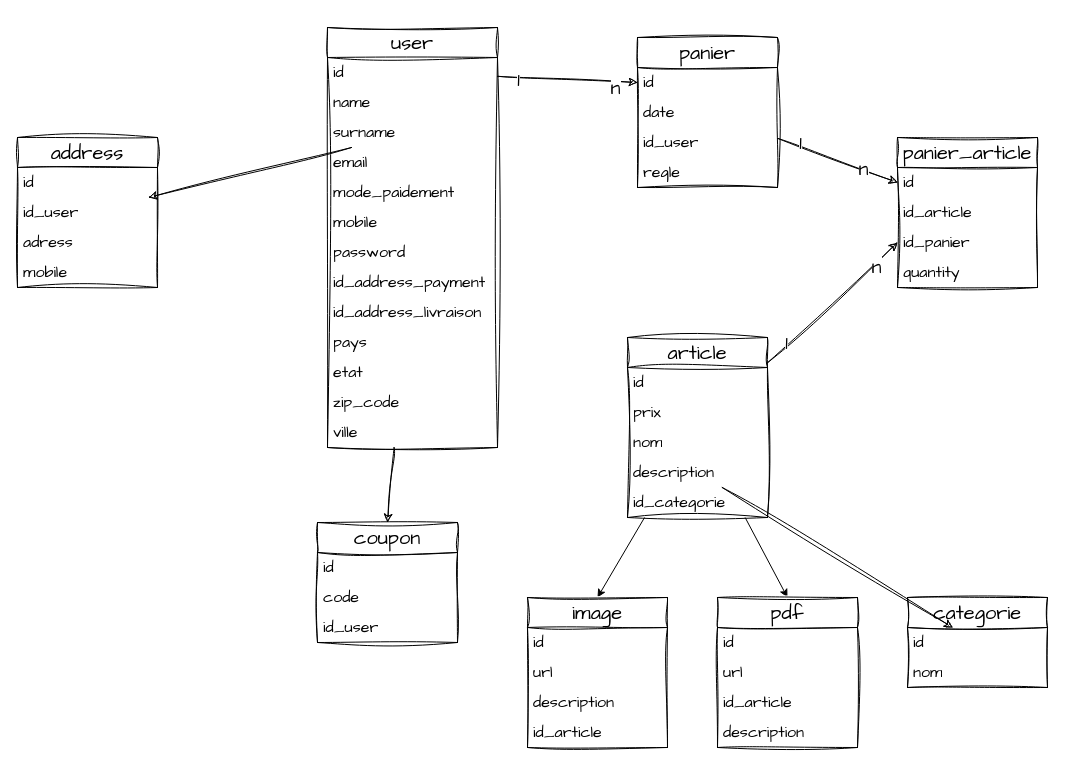
zoobo-jose/B-construction keeps this draw.io diagram as _process/_dataBase.drawio. Above is the earlier version. Source tidied: cells renumbered, new cells numbered last; positions are measured from the earlier drawing's top-left corner, leaving out a move shared by most shapes. Both pictures are drawn from the tidied source at 100%, with x=0, y=0 at pixel (17, 27).
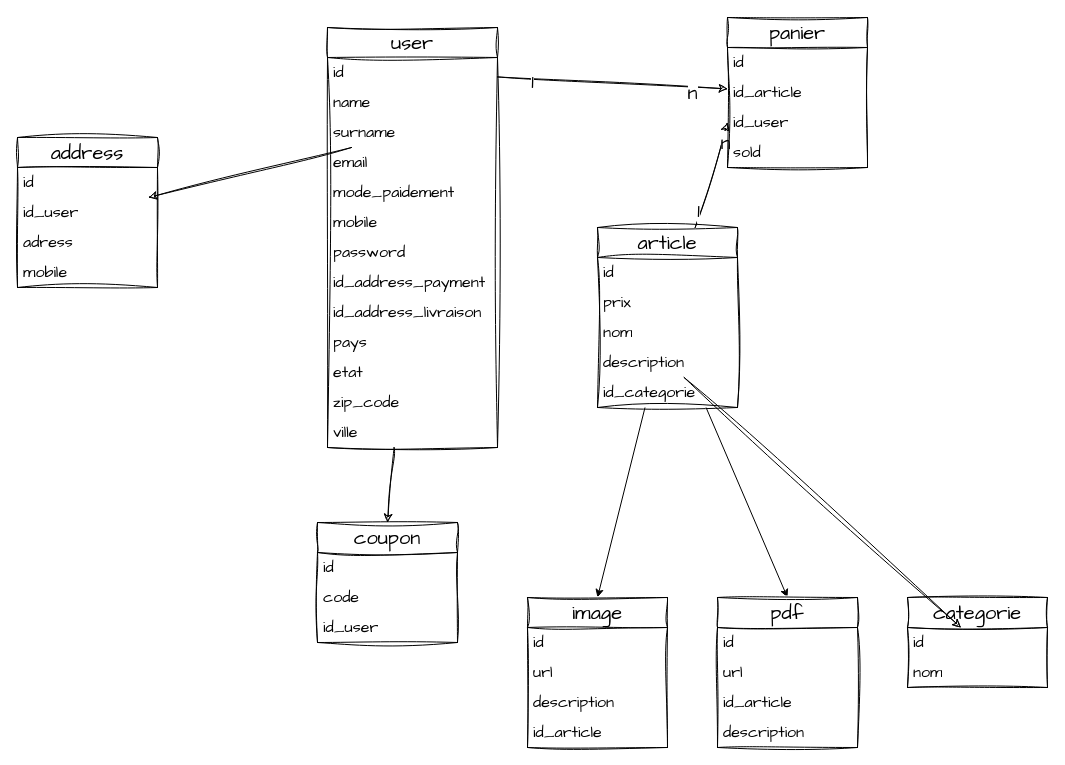
Above is the later version.

The change refers to these unchanged cells:
```xml
<mxCell id="4" value="id" style="text;strokeColor=none;fillColor=none;align=left;verticalAlign=middle;spacingLeft=4;spacingRight=4;overflow=hidden;points=[[0,0.5],[1,0.5]];portConstraint=eastwest;whiteSpace=wrap;html=1;fontSize=16;sketch=1;hachureGap=4;jiggle=2;curveFitting=1;fontFamily=Architects Daughter;" parent="3" vertex="1">
  <mxGeometry y="30" width="170" height="30" as="geometry" />
</mxCell>
<mxCell id="41" value="id" style="text;strokeColor=none;fillColor=none;align=left;verticalAlign=middle;spacingLeft=4;spacingRight=4;overflow=hidden;points=[[0,0.5],[1,0.5]];portConstraint=eastwest;whiteSpace=wrap;html=1;fontSize=16;sketch=1;hachureGap=4;jiggle=2;curveFitting=1;fontFamily=Architects Daughter;" parent="40" vertex="1">
  <mxGeometry y="30" width="140" height="30" as="geometry" />
</mxCell>
<mxCell id="42" value="id_article" style="text;strokeColor=none;fillColor=none;align=left;verticalAlign=middle;spacingLeft=4;spacingRight=4;overflow=hidden;points=[[0,0.5],[1,0.5]];portConstraint=eastwest;whiteSpace=wrap;html=1;fontSize=16;sketch=1;hachureGap=4;jiggle=2;curveFitting=1;fontFamily=Architects Daughter;" parent="40" vertex="1">
  <mxGeometry y="60" width="140" height="30" as="geometry" />
</mxCell>
```

The edit, as a diff of the source:
```diff
@@
-    <mxCell id="17" style="edgeStyle=none;sketch=1;hachureGap=4;jiggle=2;curveFitting=1;html=1;entryX=0;entryY=0.5;entryDx=0;entryDy=0;fontFamily=Architects Daughter;fontSize=16;" parent="1" edge="1" source="21" target="41">
-      <mxGeometry relative="1" as="geometry" />
-    </mxCell>
-    <mxCell id="18" value="n" style="edgeLabel;html=1;align=center;verticalAlign=middle;fontSize=20;fontFamily=Architects Daughter;" parent="17" vertex="1">
-      <mxGeometry x="0.4" y="2" relative="1" as="geometry" />
-    </mxCell>
-    <mxCell id="19" value="&lt;br&gt;" style="edgeLabel;html=1;align=center;verticalAlign=middle;fontSize=20;fontFamily=Architects Daughter;" parent="17" vertex="1">
-      <mxGeometry x="-0.76" y="4" relative="1" as="geometry" />
-    </mxCell>
-    <mxCell id="20" value="1" style="edgeLabel;html=1;align=center;verticalAlign=middle;fontSize=20;fontFamily=Architects Daughter;" parent="17" vertex="1">
-      <mxGeometry x="-0.65" y="4" relative="1" as="geometry" />
-    </mxCell>
-    <mxCell id="21" value="panier" style="swimlane;fontStyle=0;horizontal=1;startSize=30;whiteSpace=wrap;html=1;sketch=1;hachureGap=4;jiggle=2;curveFitting=1;fontFamily=Architects Daughter;fontSize=20;" parent="1" vertex="1">
-      <mxGeometry x="620" y="10" width="140" height="150" as="geometry" />
-    </mxCell>
-    <mxCell id="22" value="id" style="text;strokeColor=none;fillColor=none;align=left;verticalAlign=middle;spacingLeft=4;spacingRight=4;overflow=hidden;points=[[0,0.5],[1,0.5]];portConstraint=eastwest;whiteSpace=wrap;html=1;fontSize=16;sketch=1;hachureGap=4;jiggle=2;curveFitting=1;fontFamily=Architects Daughter;" parent="21" vertex="1">
-      <mxGeometry y="30" width="140" height="30" as="geometry" />
-    </mxCell>
-    <mxCell id="23" value="date" style="text;strokeColor=none;fillColor=none;align=left;verticalAlign=middle;spacingLeft=4;spacingRight=4;overflow=hidden;whiteSpace=wrap;html=1;fontSize=16;sketch=1;hachureGap=4;jiggle=2;curveFitting=1;fontFamily=Architects Daughter;" parent="21" vertex="1">
-      <mxGeometry y="60" width="140" height="30" as="geometry" />
-    </mxCell>
-    <mxCell id="24" value="id_user" style="text;strokeColor=none;fillColor=none;align=left;verticalAlign=middle;spacingLeft=4;spacingRight=4;overflow=hidden;whiteSpace=wrap;html=1;fontSize=16;sketch=1;hachureGap=4;jiggle=2;curveFitting=1;fontFamily=Architects Daughter;" parent="21" vertex="1">
-      <mxGeometry y="90" width="140" height="30" as="geometry" />
-    </mxCell>
-    <mxCell id="25" value="regle" style="text;strokeColor=none;fillColor=none;align=left;verticalAlign=middle;spacingLeft=4;spacingRight=4;overflow=hidden;whiteSpace=wrap;html=1;fontSize=16;sketch=1;hachureGap=4;jiggle=2;curveFitting=1;fontFamily=Architects Daughter;" parent="21" vertex="1">
-      <mxGeometry y="120" width="140" height="30" as="geometry" />
-    </mxCell>
-    <mxCell id="26" style="edgeStyle=none;sketch=1;hachureGap=4;jiggle=2;curveFitting=1;html=1;entryX=0;entryY=0.5;entryDx=0;entryDy=0;fontFamily=Architects Daughter;fontSize=16;" parent="1" edge="1" source="4" target="22">
+    <mxCell id="26" style="edgeStyle=none;sketch=1;hachureGap=4;jiggle=2;curveFitting=1;html=1;fontFamily=Architects Daughter;fontSize=16;" parent="1" edge="1" source="4" target="42">
       <mxGeometry relative="1" as="geometry" />
     </mxCell>
@@
     <mxCell id="34" value="article" style="swimlane;fontStyle=0;horizontal=1;startSize=30;whiteSpace=wrap;html=1;sketch=1;hachureGap=4;jiggle=2;curveFitting=1;fontFamily=Architects Daughter;fontSize=20;" parent="1" vertex="1">
-      <mxGeometry x="610" y="310" width="140" height="180" as="geometry" />
+      <mxGeometry x="580" y="200" width="140" height="180" as="geometry" />
     </mxCell>
@@
-    <mxCell id="40" value="panier_article" style="swimlane;fontStyle=0;horizontal=1;startSize=30;whiteSpace=wrap;html=1;sketch=1;hachureGap=4;jiggle=2;curveFitting=1;fontFamily=Architects Daughter;fontSize=20;" parent="1" vertex="1">
-      <mxGeometry x="880" y="110" width="140" height="150" as="geometry" />
+    <mxCell id="40" value="panier" style="swimlane;fontStyle=0;horizontal=1;startSize=30;whiteSpace=wrap;html=1;sketch=1;hachureGap=4;jiggle=2;curveFitting=1;fontFamily=Architects Daughter;fontSize=20;" parent="1" vertex="1">
+      <mxGeometry x="710" y="-10" width="140" height="150" as="geometry" />
     </mxCell>
@@
-    <mxCell id="43" value="id_panier" style="text;strokeColor=none;fillColor=none;align=left;verticalAlign=middle;spacingLeft=4;spacingRight=4;overflow=hidden;points=[[0,0.5],[1,0.5]];portConstraint=eastwest;whiteSpace=wrap;html=1;fontSize=16;sketch=1;hachureGap=4;jiggle=2;curveFitting=1;fontFamily=Architects Daughter;" parent="40" vertex="1">
+    <mxCell id="43" value="id_user" style="text;strokeColor=none;fillColor=none;align=left;verticalAlign=middle;spacingLeft=4;spacingRight=4;overflow=hidden;points=[[0,0.5],[1,0.5]];portConstraint=eastwest;whiteSpace=wrap;html=1;fontSize=16;sketch=1;hachureGap=4;jiggle=2;curveFitting=1;fontFamily=Architects Daughter;" parent="40" vertex="1">
       <mxGeometry y="90" width="140" height="30" as="geometry" />
     </mxCell>
-    <mxCell id="44" value="quantity" style="text;strokeColor=none;fillColor=none;align=left;verticalAlign=middle;spacingLeft=4;spacingRight=4;overflow=hidden;whiteSpace=wrap;html=1;fontSize=16;sketch=1;hachureGap=4;jiggle=2;curveFitting=1;fontFamily=Architects Daughter;" parent="40" vertex="1">
-      <mxGeometry y="120" width="140" height="30" as="geometry" />
-    </mxCell>
+    <mxCell id="69" value="sold" style="text;strokeColor=none;fillColor=none;align=left;verticalAlign=middle;spacingLeft=4;spacingRight=4;overflow=hidden;whiteSpace=wrap;html=1;fontSize=16;sketch=1;hachureGap=4;jiggle=2;curveFitting=1;fontFamily=Architects Daughter;" parent="40" vertex="1">
+      <mxGeometry y="120" width="140" height="30" as="geometry" />
+    </mxCell>
```
